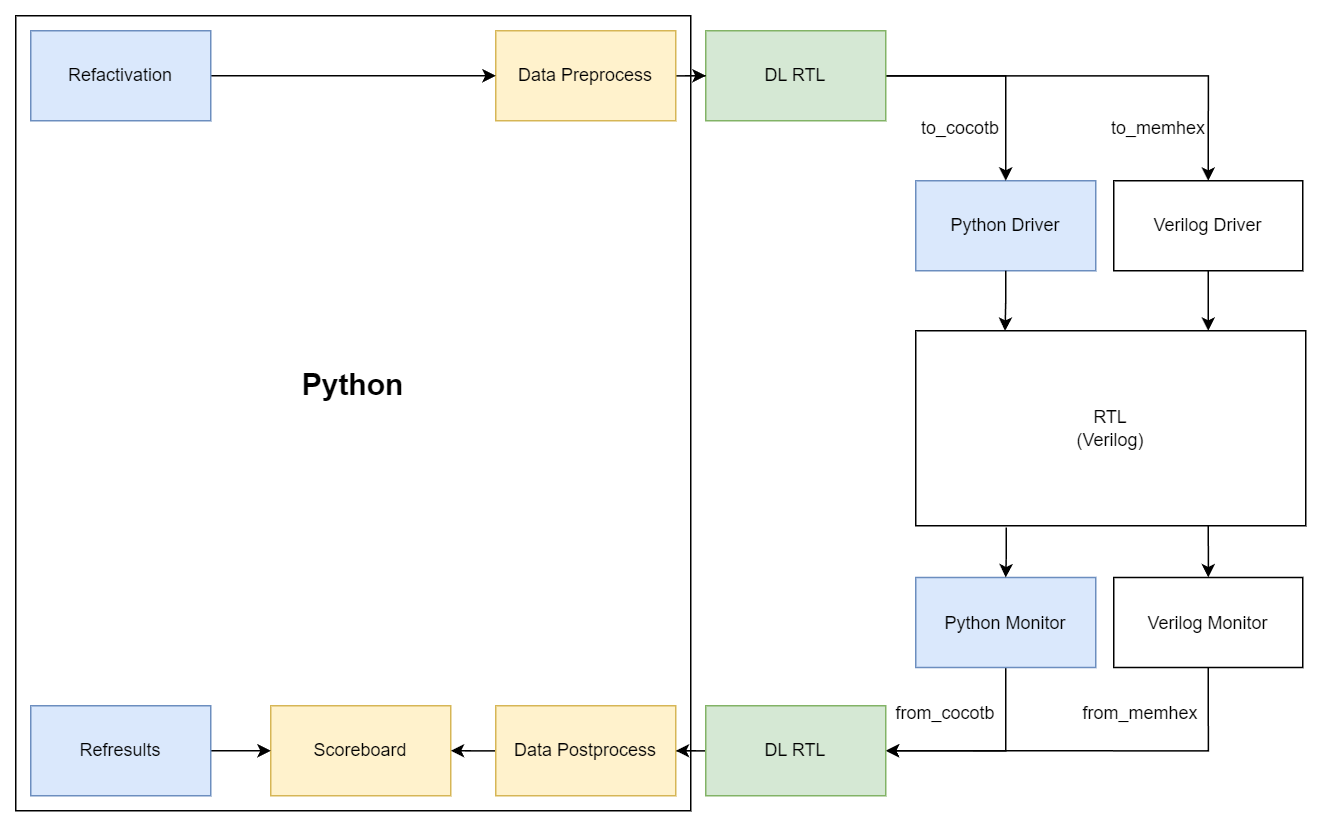
Above: torchbit.drawio.png in Devil-SX/torchbit (draw.io), before the change. Source tidied: cells renumbered, new cells last; positions are measured from the earlier drawing's top-left corner, leaving out a move shared by most shapes. The source it was exported from:
```xml
<mxGraphModel>
  <root>
    <mxCell id="0" />
    <mxCell id="1" parent="0" />
    <mxCell id="2" style="rounded=0;whiteSpace=wrap;html=1;" parent="1" vertex="1">
      <mxGeometry width="450" height="530" as="geometry" />
    </mxCell>
    <mxCell id="3" value="RTL&lt;br&gt;(Verilog)" style="rounded=0;whiteSpace=wrap;html=1;" parent="1" vertex="1">
      <mxGeometry x="600" y="210" width="260" height="130" as="geometry" />
    </mxCell>
    <mxCell id="4" value="Python Driver" style="rounded=0;whiteSpace=wrap;html=1;fillColor=#dae8fc;strokeColor=#6c8ebf;" parent="1" vertex="1">
      <mxGeometry x="600" y="110" width="120" height="60" as="geometry" />
    </mxCell>
    <mxCell id="5" style="edgeStyle=orthogonalEdgeStyle;rounded=0;jettySize=auto;html=1;entryX=0.75;entryY=0;entryDx=0;entryDy=0;" parent="1" edge="1" source="6" target="3">
      <mxGeometry relative="1" as="geometry" />
    </mxCell>
    <mxCell id="6" value="Verilog Driver" style="rounded=0;whiteSpace=wrap;html=1;" parent="1" vertex="1">
      <mxGeometry x="732" y="110" width="126" height="60" as="geometry" />
    </mxCell>
    <mxCell id="7" style="edgeStyle=orthogonalEdgeStyle;rounded=0;jettySize=auto;html=1;entryX=1;entryY=0.5;entryDx=0;entryDy=0;exitX=0.5;exitY=1;exitDx=0;exitDy=0;" parent="1" edge="1" source="8" target="20">
      <mxGeometry relative="1" as="geometry" />
    </mxCell>
    <mxCell id="8" value="Python Monitor" style="rounded=0;whiteSpace=wrap;html=1;fillColor=#dae8fc;strokeColor=#6c8ebf;" parent="1" vertex="1">
      <mxGeometry x="600" y="374.5" width="120" height="60" as="geometry" />
    </mxCell>
    <mxCell id="9" style="edgeStyle=orthogonalEdgeStyle;rounded=0;jettySize=auto;html=1;exitX=0.75;exitY=1;exitDx=0;exitDy=0;" parent="1" edge="1" source="3" target="11">
      <mxGeometry relative="1" as="geometry" />
    </mxCell>
    <mxCell id="10" style="edgeStyle=orthogonalEdgeStyle;rounded=0;jettySize=auto;html=1;entryX=1;entryY=0.5;entryDx=0;entryDy=0;exitX=0.5;exitY=1;exitDx=0;exitDy=0;" parent="1" edge="1" source="11" target="20">
      <mxGeometry relative="1" as="geometry" />
    </mxCell>
    <mxCell id="11" value="Verilog Monitor" style="rounded=0;whiteSpace=wrap;html=1;" parent="1" vertex="1">
      <mxGeometry x="732" y="374.5" width="126" height="60" as="geometry" />
    </mxCell>
    <mxCell id="12" style="edgeStyle=orthogonalEdgeStyle;rounded=0;jettySize=auto;html=1;entryX=0.5;entryY=0;entryDx=0;entryDy=0;" parent="1" edge="1" source="14" target="4">
      <mxGeometry relative="1" as="geometry" />
    </mxCell>
    <mxCell id="13" style="edgeStyle=orthogonalEdgeStyle;rounded=0;jettySize=auto;html=1;entryX=0.5;entryY=0;entryDx=0;entryDy=0;" parent="1" edge="1" source="14" target="6">
      <mxGeometry relative="1" as="geometry" />
    </mxCell>
    <mxCell id="14" value="DL RTL" style="rounded=0;whiteSpace=wrap;html=1;fillColor=#d5e8d4;strokeColor=#82b366;" parent="1" vertex="1">
      <mxGeometry x="460" y="10" width="120" height="60" as="geometry" />
    </mxCell>
    <mxCell id="15" style="edgeStyle=orthogonalEdgeStyle;rounded=0;jettySize=auto;html=1;entryX=0.229;entryY=0.001;entryDx=0;entryDy=0;entryPerimeter=0;" parent="1" edge="1" source="4" target="3">
      <mxGeometry relative="1" as="geometry" />
    </mxCell>
    <mxCell id="16" style="edgeStyle=orthogonalEdgeStyle;rounded=0;jettySize=auto;html=1;exitX=0.232;exitY=1.009;exitDx=0;exitDy=0;exitPerimeter=0;" parent="1" edge="1" source="3" target="8">
      <mxGeometry relative="1" as="geometry" />
    </mxCell>
    <mxCell id="17" value="to_cocotb" style="text;html=1;align=center;verticalAlign=middle;whiteSpace=wrap;rounded=0;" parent="1" vertex="1">
      <mxGeometry x="600" y="60" width="60" height="30" as="geometry" />
    </mxCell>
    <mxCell id="18" value="to_memhex" style="text;html=1;align=center;verticalAlign=middle;whiteSpace=wrap;rounded=0;" parent="1" vertex="1">
      <mxGeometry x="732" y="60" width="60" height="30" as="geometry" />
    </mxCell>
    <mxCell id="19" style="edgeStyle=orthogonalEdgeStyle;rounded=0;jettySize=auto;html=1;entryX=1;entryY=0.5;entryDx=0;entryDy=0;" parent="1" edge="1" source="20" target="25">
      <mxGeometry relative="1" as="geometry" />
    </mxCell>
    <mxCell id="20" value="DL RTL" style="rounded=0;whiteSpace=wrap;html=1;fillColor=#d5e8d4;strokeColor=#82b366;" parent="1" vertex="1">
      <mxGeometry x="460" y="460" width="120" height="60" as="geometry" />
    </mxCell>
    <mxCell id="21" value="from_cocotb" style="text;html=1;align=center;verticalAlign=middle;whiteSpace=wrap;rounded=0;" parent="1" vertex="1">
      <mxGeometry x="590" y="450" width="60" height="30" as="geometry" />
    </mxCell>
    <mxCell id="22" value="from_memhex" style="text;html=1;align=center;verticalAlign=middle;whiteSpace=wrap;rounded=0;" parent="1" vertex="1">
      <mxGeometry x="720" y="450" width="60" height="30" as="geometry" />
    </mxCell>
    <mxCell id="23" value="Scoreboard" style="rounded=0;whiteSpace=wrap;html=1;fillColor=#fff2cc;strokeColor=#d6b656;" parent="1" vertex="1">
      <mxGeometry x="170" y="460" width="120" height="60" as="geometry" />
    </mxCell>
    <mxCell id="24" style="edgeStyle=orthogonalEdgeStyle;rounded=0;jettySize=auto;html=1;entryX=1;entryY=0.5;entryDx=0;entryDy=0;" parent="1" edge="1" source="25" target="23">
      <mxGeometry relative="1" as="geometry" />
    </mxCell>
    <mxCell id="25" value="Data Postprocess" style="rounded=0;whiteSpace=wrap;html=1;fillColor=#fff2cc;strokeColor=#d6b656;" parent="1" vertex="1">
      <mxGeometry x="320" y="460" width="120" height="60" as="geometry" />
    </mxCell>
    <mxCell id="26" style="edgeStyle=orthogonalEdgeStyle;rounded=0;jettySize=auto;html=1;entryX=0;entryY=0.5;entryDx=0;entryDy=0;" parent="1" edge="1" source="27" target="14">
      <mxGeometry relative="1" as="geometry" />
    </mxCell>
    <mxCell id="27" value="Data Preprocess" style="rounded=0;whiteSpace=wrap;html=1;fillColor=#fff2cc;strokeColor=#d6b656;" parent="1" vertex="1">
      <mxGeometry x="320" y="10" width="120" height="60" as="geometry" />
    </mxCell>
    <mxCell id="28" style="edgeStyle=orthogonalEdgeStyle;rounded=0;jettySize=auto;html=1;entryX=0;entryY=0.5;entryDx=0;entryDy=0;" parent="1" edge="1" source="29" target="23">
      <mxGeometry relative="1" as="geometry" />
    </mxCell>
    <mxCell id="29" value="Refresults" style="rounded=0;whiteSpace=wrap;html=1;fillColor=#dae8fc;strokeColor=#6c8ebf;" parent="1" vertex="1">
      <mxGeometry x="10" y="460" width="120" height="60" as="geometry" />
    </mxCell>
    <mxCell id="30" style="edgeStyle=orthogonalEdgeStyle;rounded=0;jettySize=auto;html=1;entryX=0;entryY=0.5;entryDx=0;entryDy=0;" parent="1" edge="1" source="31" target="27">
      <mxGeometry relative="1" as="geometry" />
    </mxCell>
    <mxCell id="31" value="Refactivation" style="rounded=0;whiteSpace=wrap;html=1;fillColor=#dae8fc;strokeColor=#6c8ebf;" parent="1" vertex="1">
      <mxGeometry x="10" y="10" width="120" height="60" as="geometry" />
    </mxCell>
    <mxCell id="32" value="&lt;b&gt;&lt;font style=&quot;font-size: 20px;&quot;&gt;Python&lt;/font&gt;&lt;/b&gt;" style="text;html=1;align=center;verticalAlign=middle;whiteSpace=wrap;rounded=0;" parent="1" vertex="1">
      <mxGeometry x="195" y="230" width="60" height="30" as="geometry" />
    </mxCell>
  </root>
</mxGraphModel>
```
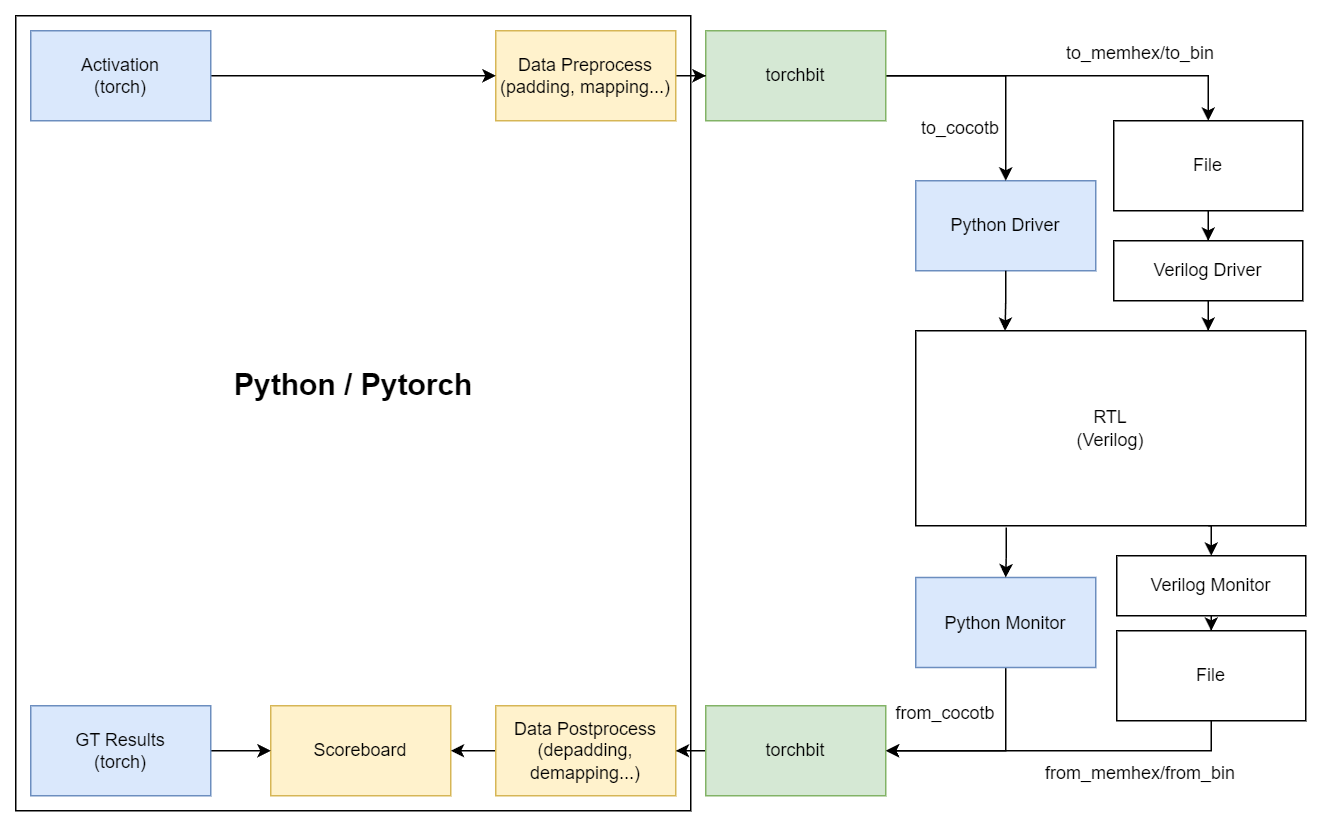
After the change.

What changed in the source:
```diff
@@ -11,11 +11,11 @@
     <mxCell id="4" value="Python Driver" style="rounded=0;whiteSpace=wrap;html=1;fillColor=#dae8fc;strokeColor=#6c8ebf;" parent="1" vertex="1">
       <mxGeometry x="600" y="110" width="120" height="60" as="geometry" />
     </mxCell>
-    <mxCell id="5" style="edgeStyle=orthogonalEdgeStyle;rounded=0;jettySize=auto;html=1;entryX=0.75;entryY=0;entryDx=0;entryDy=0;" parent="1" edge="1" source="6" target="3">
-      <mxGeometry relative="1" as="geometry" />
-    </mxCell>
+    <mxCell id="33" style="edgeStyle=orthogonalEdgeStyle;rounded=0;jettySize=auto;html=1;entryX=0.5;entryY=0;entryDx=0;entryDy=0;" parent="1" edge="1" source="6" target="35">
+      <mxGeometry relative="1" as="geometry" />
+    </mxCell>
-    <mxCell id="6" value="Verilog Driver" style="rounded=0;whiteSpace=wrap;html=1;" parent="1" vertex="1">
-      <mxGeometry x="732" y="110" width="126" height="60" as="geometry" />
+    <mxCell id="6" value="File" style="rounded=0;whiteSpace=wrap;html=1;" parent="1" vertex="1">
+      <mxGeometry x="732" y="70" width="126" height="60" as="geometry" />
     </mxCell>
     <mxCell id="7" style="edgeStyle=orthogonalEdgeStyle;rounded=0;jettySize=auto;html=1;entryX=1;entryY=0.5;entryDx=0;entryDy=0;exitX=0.5;exitY=1;exitDx=0;exitDy=0;" parent="1" edge="1" source="8" target="20">
       <mxGeometry relative="1" as="geometry" />
@@ -23,22 +23,16 @@
     <mxCell id="8" value="Python Monitor" style="rounded=0;whiteSpace=wrap;html=1;fillColor=#dae8fc;strokeColor=#6c8ebf;" parent="1" vertex="1">
       <mxGeometry x="600" y="374.5" width="120" height="60" as="geometry" />
     </mxCell>
-    <mxCell id="9" style="edgeStyle=orthogonalEdgeStyle;rounded=0;jettySize=auto;html=1;exitX=0.75;exitY=1;exitDx=0;exitDy=0;" parent="1" edge="1" source="3" target="11">
+    <mxCell id="9" style="edgeStyle=orthogonalEdgeStyle;rounded=0;jettySize=auto;html=1;exitX=0.75;exitY=1;exitDx=0;exitDy=0;entryX=0.5;entryY=0;entryDx=0;entryDy=0;" parent="1" edge="1" source="3" target="11">
       <mxGeometry relative="1" as="geometry" />
     </mxCell>
-    <mxCell id="10" style="edgeStyle=orthogonalEdgeStyle;rounded=0;jettySize=auto;html=1;entryX=1;entryY=0.5;entryDx=0;entryDy=0;exitX=0.5;exitY=1;exitDx=0;exitDy=0;" parent="1" edge="1" source="11" target="20">
-      <mxGeometry relative="1" as="geometry" />
-    </mxCell>
-    <mxCell id="11" value="Verilog Monitor" style="rounded=0;whiteSpace=wrap;html=1;" parent="1" vertex="1">
-      <mxGeometry x="732" y="374.5" width="126" height="60" as="geometry" />
-    </mxCell>
     <mxCell id="12" style="edgeStyle=orthogonalEdgeStyle;rounded=0;jettySize=auto;html=1;entryX=0.5;entryY=0;entryDx=0;entryDy=0;" parent="1" edge="1" source="14" target="4">
       <mxGeometry relative="1" as="geometry" />
     </mxCell>
     <mxCell id="13" style="edgeStyle=orthogonalEdgeStyle;rounded=0;jettySize=auto;html=1;entryX=0.5;entryY=0;entryDx=0;entryDy=0;" parent="1" edge="1" source="14" target="6">
       <mxGeometry relative="1" as="geometry" />
     </mxCell>
-    <mxCell id="14" value="DL RTL" style="rounded=0;whiteSpace=wrap;html=1;fillColor=#d5e8d4;strokeColor=#82b366;" parent="1" vertex="1">
+    <mxCell id="14" value="torchbit" style="rounded=0;whiteSpace=wrap;html=1;fillColor=#d5e8d4;strokeColor=#82b366;" parent="1" vertex="1">
       <mxGeometry x="460" y="10" width="120" height="60" as="geometry" />
     </mxCell>
     <mxCell id="15" style="edgeStyle=orthogonalEdgeStyle;rounded=0;jettySize=auto;html=1;entryX=0.229;entryY=0.001;entryDx=0;entryDy=0;entryPerimeter=0;" parent="1" edge="1" source="4" target="3">
@@ -50,20 +44,20 @@
     <mxCell id="17" value="to_cocotb" style="text;html=1;align=center;verticalAlign=middle;whiteSpace=wrap;rounded=0;" parent="1" vertex="1">
       <mxGeometry x="600" y="60" width="60" height="30" as="geometry" />
     </mxCell>
-    <mxCell id="18" value="to_memhex" style="text;html=1;align=center;verticalAlign=middle;whiteSpace=wrap;rounded=0;" parent="1" vertex="1">
-      <mxGeometry x="732" y="60" width="60" height="30" as="geometry" />
+    <mxCell id="18" value="to_memhex/to_bin" style="text;html=1;align=center;verticalAlign=middle;whiteSpace=wrap;rounded=0;" parent="1" vertex="1">
+      <mxGeometry x="720" y="10" width="60" height="30" as="geometry" />
     </mxCell>
     <mxCell id="19" style="edgeStyle=orthogonalEdgeStyle;rounded=0;jettySize=auto;html=1;entryX=1;entryY=0.5;entryDx=0;entryDy=0;" parent="1" edge="1" source="20" target="25">
       <mxGeometry relative="1" as="geometry" />
     </mxCell>
-    <mxCell id="20" value="DL RTL" style="rounded=0;whiteSpace=wrap;html=1;fillColor=#d5e8d4;strokeColor=#82b366;" parent="1" vertex="1">
+    <mxCell id="20" value="torchbit" style="rounded=0;whiteSpace=wrap;html=1;fillColor=#d5e8d4;strokeColor=#82b366;" parent="1" vertex="1">
       <mxGeometry x="460" y="460" width="120" height="60" as="geometry" />
     </mxCell>
     <mxCell id="21" value="from_cocotb" style="text;html=1;align=center;verticalAlign=middle;whiteSpace=wrap;rounded=0;" parent="1" vertex="1">
       <mxGeometry x="590" y="450" width="60" height="30" as="geometry" />
     </mxCell>
-    <mxCell id="22" value="from_memhex" style="text;html=1;align=center;verticalAlign=middle;whiteSpace=wrap;rounded=0;" parent="1" vertex="1">
-      <mxGeometry x="720" y="450" width="60" height="30" as="geometry" />
+    <mxCell id="22" value="from_memhex/from_bin" style="text;html=1;align=center;verticalAlign=middle;whiteSpace=wrap;rounded=0;" parent="1" vertex="1">
+      <mxGeometry x="720" y="490" width="60" height="30" as="geometry" />
     </mxCell>
     <mxCell id="23" value="Scoreboard" style="rounded=0;whiteSpace=wrap;html=1;fillColor=#fff2cc;strokeColor=#d6b656;" parent="1" vertex="1">
       <mxGeometry x="170" y="460" width="120" height="60" as="geometry" />
@@ -71,29 +65,47 @@
     <mxCell id="24" style="edgeStyle=orthogonalEdgeStyle;rounded=0;jettySize=auto;html=1;entryX=1;entryY=0.5;entryDx=0;entryDy=0;" parent="1" edge="1" source="25" target="23">
       <mxGeometry relative="1" as="geometry" />
     </mxCell>
-    <mxCell id="25" value="Data Postprocess" style="rounded=0;whiteSpace=wrap;html=1;fillColor=#fff2cc;strokeColor=#d6b656;" parent="1" vertex="1">
+    <mxCell id="25" value="Data Postprocess&lt;br&gt;(depadding, demapping...)" style="rounded=0;whiteSpace=wrap;html=1;fillColor=#fff2cc;strokeColor=#d6b656;" parent="1" vertex="1">
       <mxGeometry x="320" y="460" width="120" height="60" as="geometry" />
     </mxCell>
     <mxCell id="26" style="edgeStyle=orthogonalEdgeStyle;rounded=0;jettySize=auto;html=1;entryX=0;entryY=0.5;entryDx=0;entryDy=0;" parent="1" edge="1" source="27" target="14">
       <mxGeometry relative="1" as="geometry" />
     </mxCell>
-    <mxCell id="27" value="Data Preprocess" style="rounded=0;whiteSpace=wrap;html=1;fillColor=#fff2cc;strokeColor=#d6b656;" parent="1" vertex="1">
+    <mxCell id="27" value="Data Preprocess&lt;br&gt;(padding, mapping...)" style="rounded=0;whiteSpace=wrap;html=1;fillColor=#fff2cc;strokeColor=#d6b656;" parent="1" vertex="1">
       <mxGeometry x="320" y="10" width="120" height="60" as="geometry" />
     </mxCell>
     <mxCell id="28" style="edgeStyle=orthogonalEdgeStyle;rounded=0;jettySize=auto;html=1;entryX=0;entryY=0.5;entryDx=0;entryDy=0;" parent="1" edge="1" source="29" target="23">
       <mxGeometry relative="1" as="geometry" />
     </mxCell>
-    <mxCell id="29" value="Refresults" style="rounded=0;whiteSpace=wrap;html=1;fillColor=#dae8fc;strokeColor=#6c8ebf;" parent="1" vertex="1">
+    <mxCell id="29" value="GT Results&lt;br&gt;(torch)" style="rounded=0;whiteSpace=wrap;html=1;fillColor=#dae8fc;strokeColor=#6c8ebf;" parent="1" vertex="1">
       <mxGeometry x="10" y="460" width="120" height="60" as="geometry" />
     </mxCell>
     <mxCell id="30" style="edgeStyle=orthogonalEdgeStyle;rounded=0;jettySize=auto;html=1;entryX=0;entryY=0.5;entryDx=0;entryDy=0;" parent="1" edge="1" source="31" target="27">
       <mxGeometry relative="1" as="geometry" />
     </mxCell>
-    <mxCell id="31" value="Refactivation" style="rounded=0;whiteSpace=wrap;html=1;fillColor=#dae8fc;strokeColor=#6c8ebf;" parent="1" vertex="1">
+    <mxCell id="31" value="Activation&lt;br&gt;(torch)" style="rounded=0;whiteSpace=wrap;html=1;fillColor=#dae8fc;strokeColor=#6c8ebf;" parent="1" vertex="1">
       <mxGeometry x="10" y="10" width="120" height="60" as="geometry" />
     </mxCell>
-    <mxCell id="32" value="&lt;b&gt;&lt;font style=&quot;font-size: 20px;&quot;&gt;Python&lt;/font&gt;&lt;/b&gt;" style="text;html=1;align=center;verticalAlign=middle;whiteSpace=wrap;rounded=0;" parent="1" vertex="1">
-      <mxGeometry x="195" y="230" width="60" height="30" as="geometry" />
+    <mxCell id="32" value="&lt;b&gt;&lt;font style=&quot;font-size: 20px;&quot;&gt;Python / Pytorch&lt;/font&gt;&lt;/b&gt;" style="text;html=1;align=center;verticalAlign=middle;whiteSpace=wrap;rounded=0;" parent="1" vertex="1">
+      <mxGeometry x="137.5" y="230" width="175" height="30" as="geometry" />
     </mxCell>
+    <mxCell id="34" style="edgeStyle=orthogonalEdgeStyle;rounded=0;jettySize=auto;html=1;entryX=0.75;entryY=0;entryDx=0;entryDy=0;" parent="1" edge="1" source="35" target="3">
+      <mxGeometry relative="1" as="geometry" />
+    </mxCell>
+    <mxCell id="35" value="Verilog Driver" style="rounded=0;whiteSpace=wrap;html=1;" parent="1" vertex="1">
+      <mxGeometry x="732" y="150" width="126" height="40" as="geometry" />
+    </mxCell>
+    <mxCell id="36" style="edgeStyle=orthogonalEdgeStyle;rounded=0;jettySize=auto;html=1;entryX=0.5;entryY=0;entryDx=0;entryDy=0;" parent="1" edge="1" source="11" target="38">
+      <mxGeometry relative="1" as="geometry" />
+    </mxCell>
+    <mxCell id="11" value="Verilog Monitor" style="rounded=0;whiteSpace=wrap;html=1;" parent="1" vertex="1">
+      <mxGeometry x="734" y="360" width="126" height="40" as="geometry" />
+    </mxCell>
+    <mxCell id="37" style="edgeStyle=orthogonalEdgeStyle;rounded=0;jettySize=auto;html=1;entryX=1;entryY=0.5;entryDx=0;entryDy=0;exitX=0.5;exitY=1;exitDx=0;exitDy=0;" parent="1" edge="1" source="38" target="20">
+      <mxGeometry relative="1" as="geometry" />
+    </mxCell>
+    <mxCell id="38" value="File" style="rounded=0;whiteSpace=wrap;html=1;" parent="1" vertex="1">
+      <mxGeometry x="734" y="410" width="126" height="60" as="geometry" />
+    </mxCell>
   </root>
 </mxGraphModel>
```
